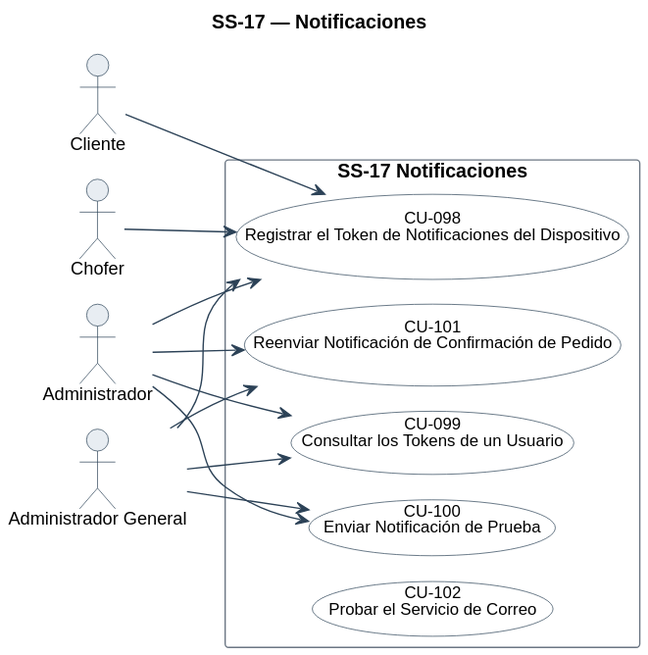
This is diagramas/uml/CU_SS-17_Notificaciones-Y-Mensajeria.svg from Nahuelito-Dev/splg-docs, a PlantUML export, as it was before one commit.
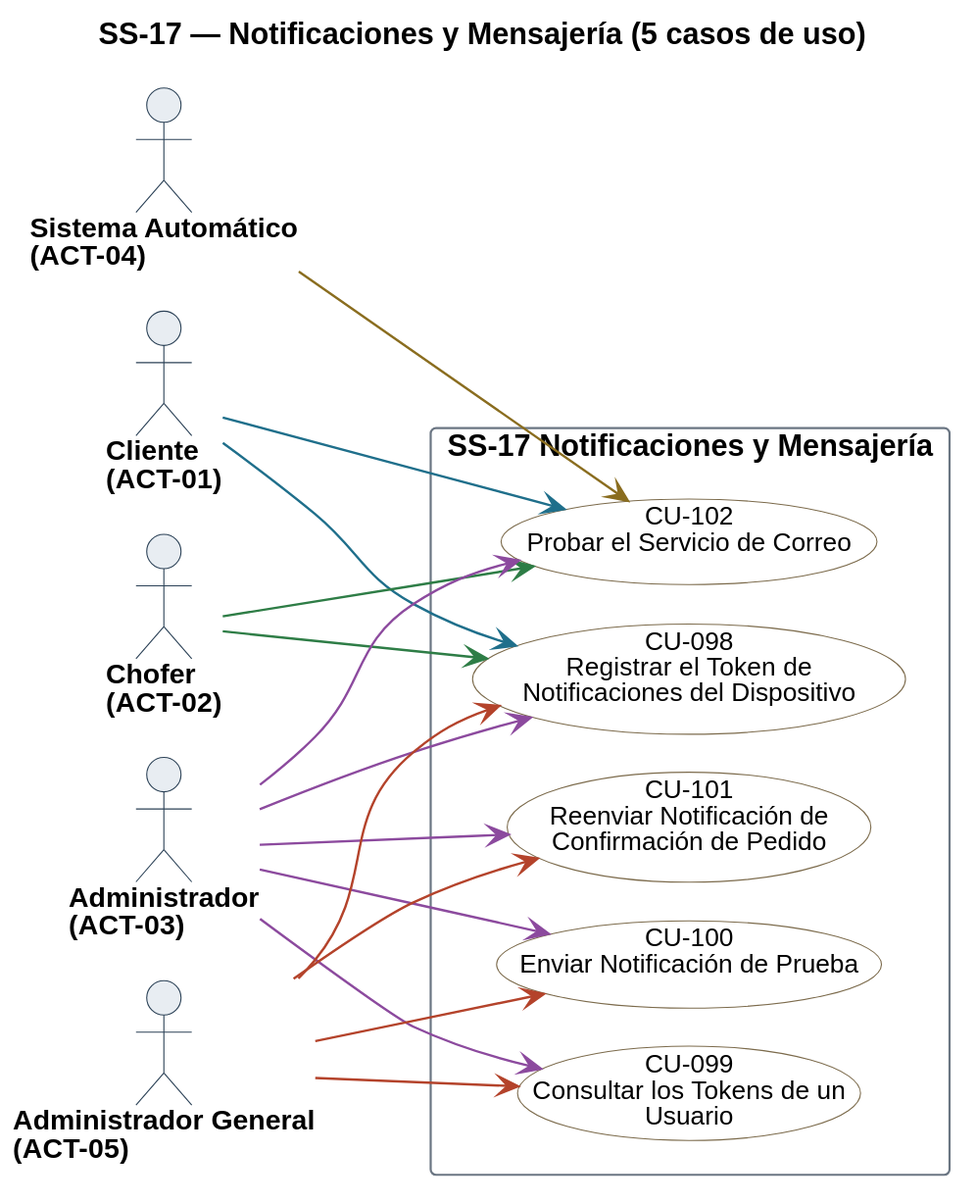
Later version of the same file.

Diff of the diagram source:
```diff
@@ -1,22 +1,23 @@
 @startuml
-!pragma layout smetana
-title SS-17 — Notificaciones
+title SS-17 — Notificaciones y Mensajería (5 casos de uso)
 left to right direction
 skinparam backgroundColor #FFFFFF
 skinparam shadowing false
 skinparam defaultFontName Helvetica
 skinparam defaultFontSize 13
+skinparam dpi 150
 skinparam ArrowColor #2C4257
+skinparam ArrowThickness 1.1
 skinparam actor {
   BorderColor #2C4257
   BackgroundColor #E8EDF2
+  FontSize 13
+  FontStyle bold
 }
 skinparam usecase {
   BorderColor #2C4257
   BackgroundColor #FFFFFF
   FontSize 12
-  BorderColor<<pendiente>> #9C4436
-  BackgroundColor<<pendiente>> #F6E4E1
 }
 skinparam rectangle {
   BorderColor #6B7683
@@ -24,27 +25,39 @@
   FontStyle bold
 }
 
-actor "Cliente" as A1
-actor "Chofer" as A2
-actor "Administrador" as A3
-actor "Administrador General" as A5
-
-rectangle "SS-17 Notificaciones" {
-  usecase "CU-098\nRegistrar el Token de Notificaciones del Dispositivo" as U98
-  usecase "CU-099\nConsultar los Tokens de un Usuario" as U99
-  usecase "CU-100\nEnviar Notificación de Prueba" as U100
-  usecase "CU-101\nReenviar Notificación de Confirmación de Pedido" as U101
-  usecase "CU-102\nProbar el Servicio de Correo" as U102
+skinparam nodesep 18
+skinparam ranksep 70
+skinparam usecase {
+  BorderColor<<pendiente>> #9C4436
+  BackgroundColor<<pendiente>> #F6E4E1
 }
 
-A1 --> U98
-A2 --> U98
-A3 --> U98
-A5 --> U98
-A3 --> U99
-A5 --> U99
-A3 --> U100
-A5 --> U100
-A3 --> U101
-A5 --> U101
+actor "Cliente\n(ACT-01)" as A01
+actor "Chofer\n(ACT-02)" as A02
+actor "Administrador\n(ACT-03)" as A03
+actor "Sistema Automático\n(ACT-04)" as A04
+actor "Administrador General\n(ACT-05)" as A05
+
+rectangle "SS-17 Notificaciones y Mensajería" {
+  usecase "CU-098\nRegistrar el Token de\nNotificaciones del Dispositivo" as U098 #back:FFFFFF;line:7C6B4C
+  usecase "CU-099\nConsultar los Tokens de un\nUsuario" as U099 #back:FFFFFF;line:7C6B4C
+  usecase "CU-100\nEnviar Notificación de Prueba" as U100 #back:FFFFFF;line:7C6B4C
+  usecase "CU-101\nReenviar Notificación de\nConfirmación de Pedido" as U101 #back:FFFFFF;line:7C6B4C
+  usecase "CU-102\nProbar el Servicio de Correo" as U102 #back:FFFFFF;line:7C6B4C
+}
+
+A01 -[#1F6F8B]-> U098
+A01 -[#1F6F8B]-> U102
+A02 -[#2E7D46]-> U098
+A02 -[#2E7D46]-> U102
+A03 -[#8C4A9E]-> U098
+A03 -[#8C4A9E]-> U099
+A03 -[#8C4A9E]-> U100
+A03 -[#8C4A9E]-> U101
+A03 -[#8C4A9E]-> U102
+A04 -[#8A6D1F]-> U102
+A05 -[#B4432B]-> U098
+A05 -[#B4432B]-> U099
+A05 -[#B4432B]-> U100
+A05 -[#B4432B]-> U101
 @enduml
```
